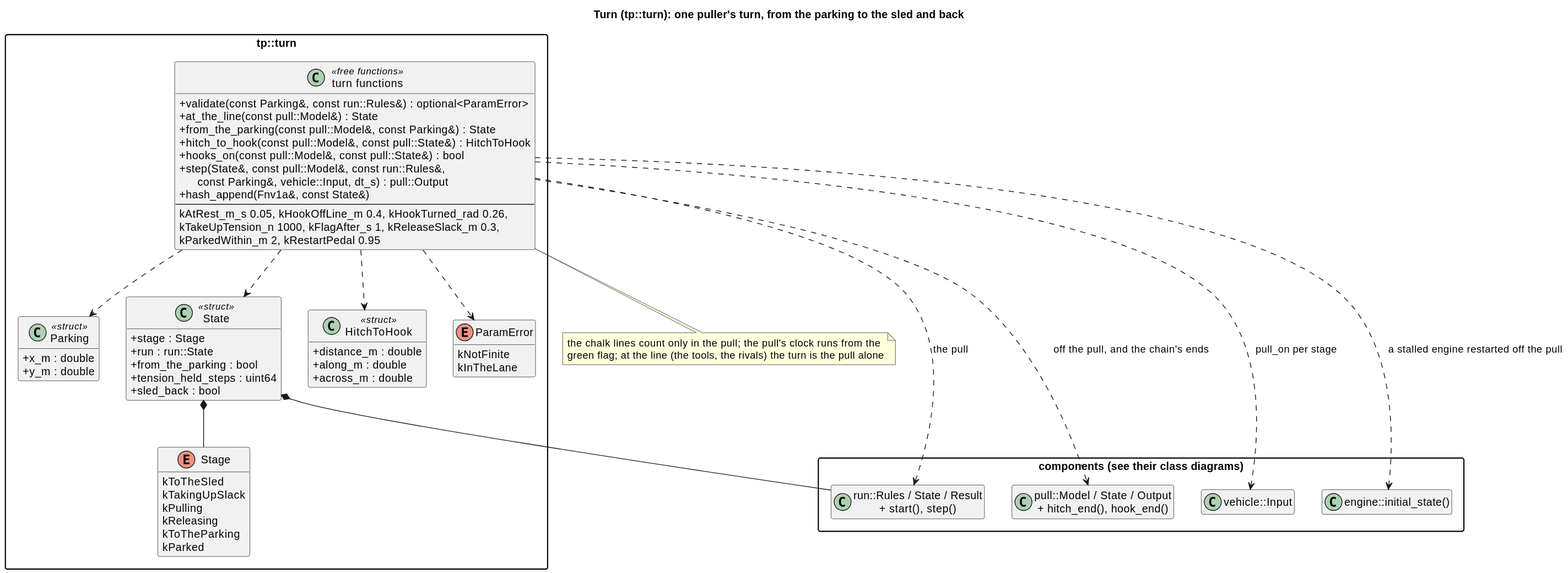
wversteeg/TractorPulling keeps this PlantUML diagram as docs/diagrams/svg/turn_classes.svg. Above is the earlier version.
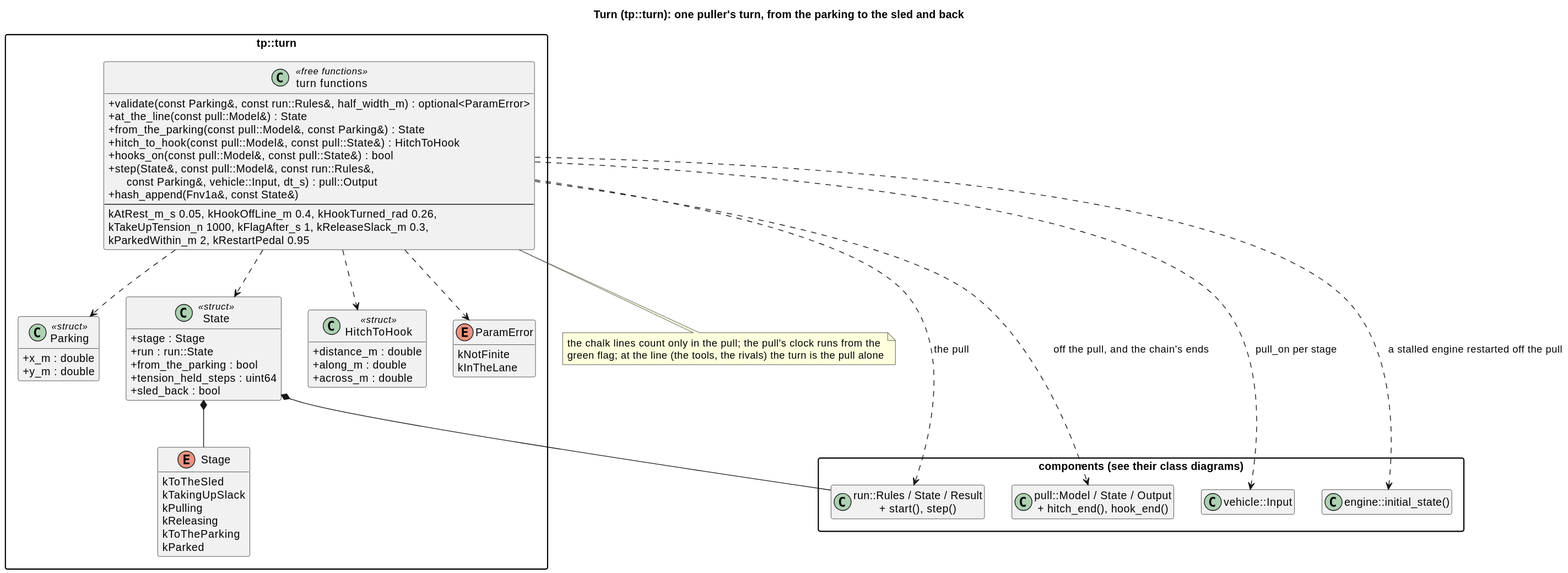
After the change.

Commit message:
Turn review: a rolling sled stops before it is held; release build fixed

Diff of the diagram source:
```diff
@@ -41,7 +41,7 @@
     kInTheLane
   }
   class "turn functions" as TurnFns <<free functions>> {
-    +validate(const Parking&, const run::Rules&) : optional<ParamError>
+    +validate(const Parking&, const run::Rules&, half_width_m) : optional<ParamError>
     +at_the_line(const pull::Model&) : State
     +from_the_parking(const pull::Model&, const Parking&) : State
     +hitch_to_hook(const pull::Model&, const pull::State&) : HitchToHook
```
